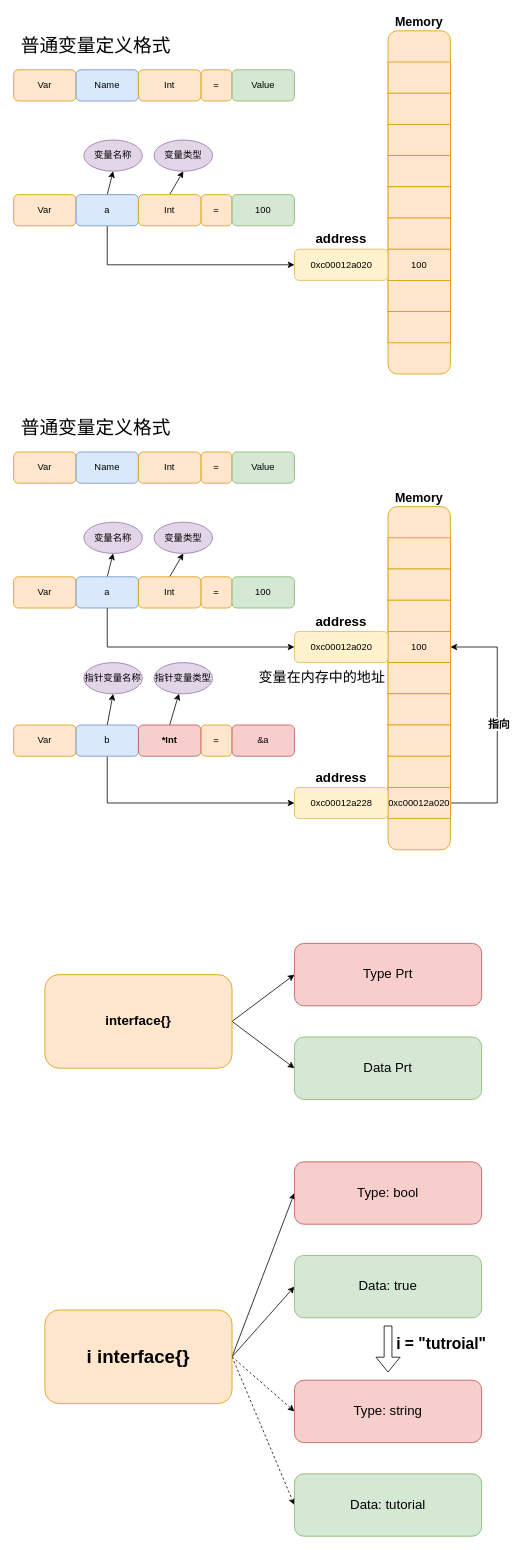
Before: page "变量" (1 of 3) of 2-variable/variable.drawio in Zhouchaowen/golang-tutorial, a draw.io diagram. Source tidied: cells renumbered, new cells numbered last; positions are measured from the earlier drawing's top-left corner, leaving out a move shared by most shapes. Both pictures are drawn from the tidied source at 78%, with x=0, y=0 at pixel (13, 30).
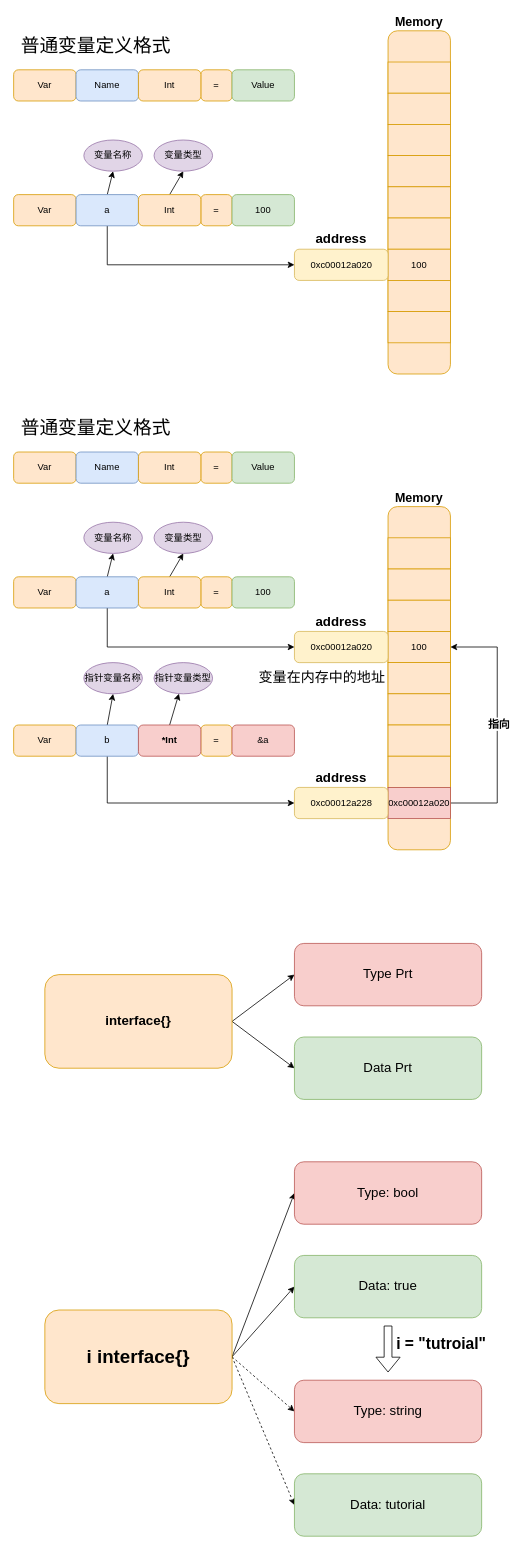
The same diagram, later.

Diff of the diagram source:
```diff
@@
-    <mxCell id="57" value="&lt;span&gt;0xc00012a020&lt;/span&gt;" style="rounded=0;whiteSpace=wrap;html=1;fillColor=#ffe6cc;strokeColor=#d79b00;" parent="1" vertex="1">
+    <mxCell id="57" value="&lt;span&gt;0xc00012a020&lt;/span&gt;" style="rounded=0;whiteSpace=wrap;html=1;fillColor=#f8cecc;strokeColor=#b85450;" parent="1" vertex="1">
       <mxGeometry x="480" y="970" width="80" height="40" as="geometry" />
     </mxCell>
```
